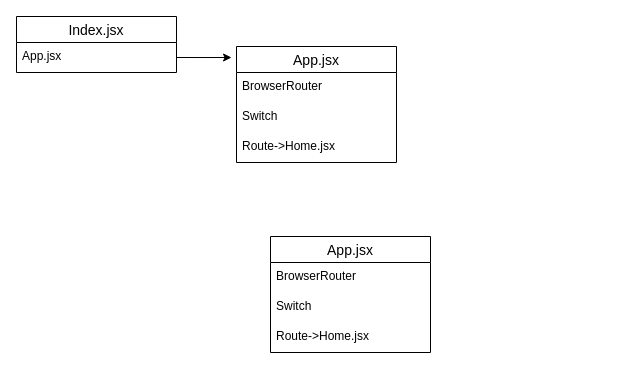
Tsuyopon-1067/AntiApple keeps this draw.io diagram as er.dio. Above is the earlier version. Source tidied: cells renumbered, new cells numbered last; positions are measured from the earlier drawing's top-left corner, leaving out a move shared by most shapes. Both pictures are drawn from the tidied source at 100%, with x=0, y=0 at pixel (16, 16).
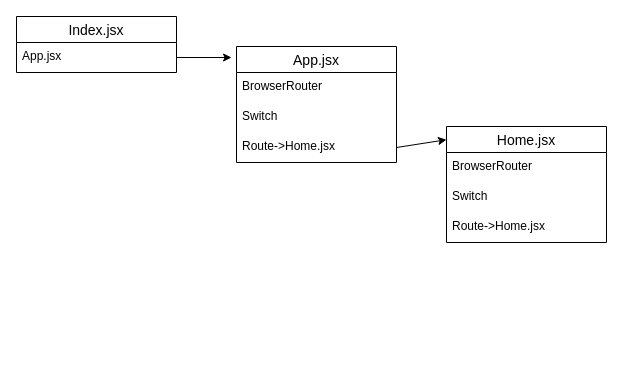
The same diagram, later.

What changed in the source:
```diff
@@
 <mxGraphModel>
   <root>
     <mxCell id="0" />
     <mxCell id="1" parent="0" />
     <mxCell id="2" value="Index.jsx" style="swimlane;fontStyle=0;horizontal=1;startSize=26;align=center;fontSize=14;" parent="1" vertex="1">
       <mxGeometry width="160" height="56" as="geometry" />
     </mxCell>
     <mxCell id="3" value="App.jsx&#10;" style="text;strokeColor=none;fillColor=none;spacingLeft=4;spacingRight=4;overflow=hidden;points=[[0,0.5],[1,0.5]];portConstraint=eastwest;fontSize=12;" parent="2" vertex="1">
       <mxGeometry y="26" width="160" height="30" as="geometry" />
     </mxCell>
     <mxCell id="4" value="App.jsx" style="swimlane;fontStyle=0;horizontal=1;startSize=26;align=center;fontSize=14;" parent="1" vertex="1">
       <mxGeometry x="220" y="30" width="160" height="116" as="geometry" />
     </mxCell>
     <mxCell id="5" value="BrowserRouter" style="text;strokeColor=none;fillColor=none;spacingLeft=4;spacingRight=4;overflow=hidden;fontSize=12;" parent="4" vertex="1">
       <mxGeometry y="26" width="160" height="30" as="geometry" />
     </mxCell>
     <mxCell id="6" value="Switch" style="text;strokeColor=none;fillColor=none;spacingLeft=4;spacingRight=4;overflow=hidden;fontSize=12;" parent="4" vertex="1">
       <mxGeometry y="56" width="160" height="30" as="geometry" />
     </mxCell>
     <mxCell id="7" value="Route-&gt;Home.jsx" style="text;strokeColor=none;fillColor=none;spacingLeft=4;spacingRight=4;overflow=hidden;points=[[0,0.5],[1,0.5]];portConstraint=eastwest;fontSize=12;" parent="4" vertex="1">
       <mxGeometry y="86" width="160" height="30" as="geometry" />
     </mxCell>
     <mxCell id="8" style="edgeStyle=none;html=1;exitX=1;exitY=0.5;exitDx=0;exitDy=0;entryX=-0.031;entryY=0.095;entryDx=0;entryDy=0;entryPerimeter=0;" parent="1" edge="1" source="3" target="4">
       <mxGeometry relative="1" as="geometry" />
     </mxCell>
-    <mxCell id="9" value="App.jsx" style="swimlane;fontStyle=0;horizontal=1;startSize=26;align=center;fontSize=14;" parent="1" vertex="1">
-      <mxGeometry x="254" y="220" width="160" height="116" as="geometry" />
+    <mxCell id="9" value="Home.jsx" style="swimlane;fontStyle=0;horizontal=1;startSize=26;align=center;fontSize=14;" parent="1" vertex="1">
+      <mxGeometry x="430" y="110" width="160" height="116" as="geometry" />
     </mxCell>
     <mxCell id="10" value="BrowserRouter" style="text;strokeColor=none;fillColor=none;spacingLeft=4;spacingRight=4;overflow=hidden;fontSize=12;" parent="9" vertex="1">
       <mxGeometry y="26" width="160" height="30" as="geometry" />
     </mxCell>
     <mxCell id="11" value="Switch" style="text;strokeColor=none;fillColor=none;spacingLeft=4;spacingRight=4;overflow=hidden;fontSize=12;" parent="9" vertex="1">
       <mxGeometry y="56" width="160" height="30" as="geometry" />
     </mxCell>
     <mxCell id="12" value="Route-&gt;Home.jsx" style="text;strokeColor=none;fillColor=none;spacingLeft=4;spacingRight=4;overflow=hidden;fontSize=12;" parent="9" vertex="1">
       <mxGeometry y="86" width="160" height="30" as="geometry" />
     </mxCell>
+    <mxCell id="13" style="edgeStyle=none;html=1;exitX=1;exitY=0.5;exitDx=0;exitDy=0;entryX=0;entryY=0.114;entryDx=0;entryDy=0;entryPerimeter=0;" parent="1" edge="1" source="7" target="9">
+      <mxGeometry relative="1" as="geometry" />
+    </mxCell>
   </root>
 </mxGraphModel>
```
